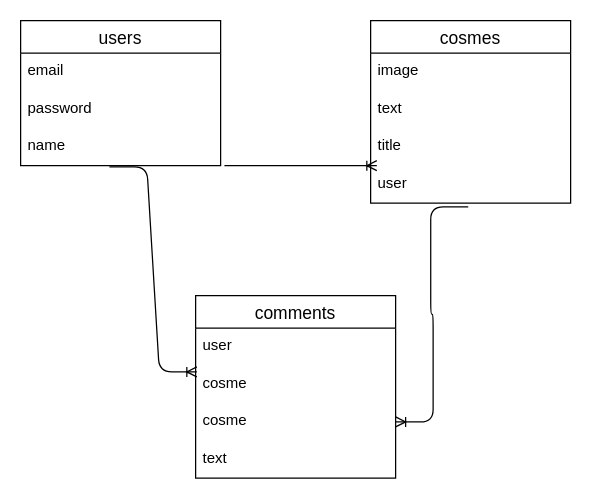
nana-ikegami/cosmelog2021 keeps this draw.io diagram as cosme.dio. Above is the earlier version. Source tidied: cells renumbered, new cells numbered last; positions are measured from the earlier drawing's top-left corner, leaving out a move shared by most shapes. Both pictures are drawn from the tidied source at 125%, with x=0, y=0 at pixel (20, 20).
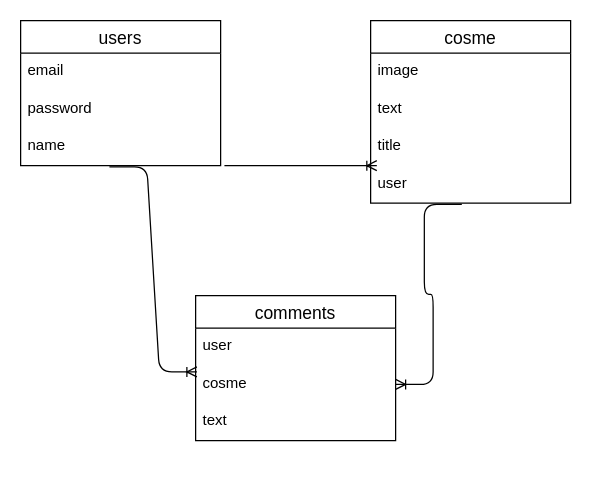
Above is the later version.

Commit message:
記述が消えていたので直しました

Change to the diagram source:
```diff
@@
 <mxGraphModel>
   <root>
     <mxCell id="0" />
     <mxCell id="1" parent="0" />
     <mxCell id="2" value="users" style="swimlane;fontStyle=0;horizontal=1;startSize=26;align=center;fontSize=14;" parent="1" vertex="1">
       <mxGeometry width="160" height="116" as="geometry" />
     </mxCell>
     <mxCell id="3" value="email" style="text;strokeColor=none;fillColor=none;spacingLeft=4;spacingRight=4;overflow=hidden;fontSize=12;" parent="2" vertex="1">
       <mxGeometry y="26" width="160" height="30" as="geometry" />
     </mxCell>
     <mxCell id="4" value="password" style="text;strokeColor=none;fillColor=none;spacingLeft=4;spacingRight=4;overflow=hidden;fontSize=12;" parent="2" vertex="1">
       <mxGeometry y="56" width="160" height="30" as="geometry" />
     </mxCell>
     <mxCell id="5" value="name" style="text;strokeColor=none;fillColor=none;spacingLeft=4;spacingRight=4;overflow=hidden;points=[[0,0.5],[1,0.5]];portConstraint=eastwest;fontSize=12;" parent="2" vertex="1">
       <mxGeometry y="86" width="160" height="30" as="geometry" />
     </mxCell>
-    <mxCell id="6" value="cosmes" style="swimlane;fontStyle=0;horizontal=1;startSize=26;align=center;fontSize=14;" parent="1" vertex="1">
+    <mxCell id="6" value="cosme" style="swimlane;fontStyle=0;horizontal=1;startSize=26;align=center;fontSize=14;" parent="1" vertex="1">
       <mxGeometry x="280" width="160" height="146" as="geometry" />
     </mxCell>
     <mxCell id="7" value="image" style="text;strokeColor=none;fillColor=none;spacingLeft=4;spacingRight=4;overflow=hidden;fontSize=12;" parent="6" vertex="1">
       <mxGeometry y="26" width="160" height="30" as="geometry" />
     </mxCell>
     <mxCell id="8" value="text" style="text;strokeColor=none;fillColor=none;spacingLeft=4;spacingRight=4;overflow=hidden;fontSize=12;" parent="6" vertex="1">
       <mxGeometry y="56" width="160" height="30" as="geometry" />
     </mxCell>
     <mxCell id="9" value="title" style="text;strokeColor=none;fillColor=none;spacingLeft=4;spacingRight=4;overflow=hidden;points=[[0,0.5],[1,0.5]];portConstraint=eastwest;fontSize=12;" parent="6" vertex="1">
       <mxGeometry y="86" width="160" height="30" as="geometry" />
     </mxCell>
     <mxCell id="10" value="user" style="text;strokeColor=none;fillColor=none;spacingLeft=4;spacingRight=4;overflow=hidden;points=[[0,0.5],[1,0.5]];portConstraint=eastwest;fontSize=12;" parent="6" vertex="1">
       <mxGeometry y="116" width="160" height="30" as="geometry" />
     </mxCell>
     <mxCell id="11" value="comments" style="swimlane;fontStyle=0;horizontal=1;startSize=26;align=center;fontSize=14;" parent="1" vertex="1">
-      <mxGeometry x="140" y="220" width="160" height="146" as="geometry" />
+      <mxGeometry x="140" y="220" width="160" height="116" as="geometry" />
     </mxCell>
     <mxCell id="12" value="user" style="text;strokeColor=none;fillColor=none;spacingLeft=4;spacingRight=4;overflow=hidden;fontSize=12;" parent="11" vertex="1">
       <mxGeometry y="26" width="160" height="30" as="geometry" />
     </mxCell>
-    <mxCell id="13" value="cosme" style="text;strokeColor=none;fillColor=none;spacingLeft=4;spacingRight=4;overflow=hidden;points=[[0,0.5],[1,0.5]];portConstraint=eastwest;fontSize=12;" parent="11" vertex="1">
-      <mxGeometry y="56" width="160" height="30" as="geometry" />
-    </mxCell>
     <mxCell id="14" value="cosme" style="text;strokeColor=none;fillColor=none;spacingLeft=4;spacingRight=4;overflow=hidden;points=[[0,0.5],[1,0.5]];portConstraint=eastwest;fontSize=12;" parent="11" vertex="1">
-      <mxGeometry y="86" width="160" height="30" as="geometry" />
+      <mxGeometry y="56" width="160" height="30" as="geometry" />
     </mxCell>
     <mxCell id="15" value="text" style="text;strokeColor=none;fillColor=none;spacingLeft=4;spacingRight=4;overflow=hidden;fontSize=12;" parent="11" vertex="1">
-      <mxGeometry y="116" width="160" height="30" as="geometry" />
+      <mxGeometry y="86" width="160" height="30" as="geometry" />
     </mxCell>
     <mxCell id="16" style="edgeStyle=entityRelationEdgeStyle;fontSize=12;html=1;endArrow=ERoneToMany;entryX=0.031;entryY=1;entryDx=0;entryDy=0;entryPerimeter=0;exitX=1.019;exitY=1;exitDx=0;exitDy=0;exitPerimeter=0;" parent="1" edge="1" source="5" target="9">
       <mxGeometry relative="1" as="geometry" />
     </mxCell>
-    <mxCell id="17" style="edgeStyle=entityRelationEdgeStyle;fontSize=12;html=1;endArrow=ERoneToMany;exitX=0.444;exitY=1.033;exitDx=0;exitDy=0;exitPerimeter=0;entryX=0.006;entryY=0.167;entryDx=0;entryDy=0;entryPerimeter=0;" parent="1" edge="1" source="5" target="13">
-      <mxGeometry relative="1" as="geometry" />
+    <mxCell id="17" style="edgeStyle=entityRelationEdgeStyle;fontSize=12;html=1;endArrow=ERoneToMany;exitX=0.444;exitY=1.033;exitDx=0;exitDy=0;exitPerimeter=0;entryX=0.006;entryY=0.167;entryDx=0;entryDy=0;entryPerimeter=0;" parent="1" edge="1" source="5">
+      <mxGeometry relative="1" as="geometry">
+        <mxPoint x="141" y="281" as="targetPoint" />
+      </mxGeometry>
     </mxCell>
-    <mxCell id="18" style="edgeStyle=entityRelationEdgeStyle;fontSize=12;html=1;endArrow=ERoneToMany;exitX=0.488;exitY=1.1;exitDx=0;exitDy=0;exitPerimeter=0;" parent="1" edge="1" source="10" target="14">
+    <mxCell id="18" style="edgeStyle=entityRelationEdgeStyle;fontSize=12;html=1;endArrow=ERoneToMany;exitX=0.456;exitY=1.033;exitDx=0;exitDy=0;exitPerimeter=0;" parent="1" edge="1" source="10" target="14">
       <mxGeometry relative="1" as="geometry" />
     </mxCell>
   </root>
 </mxGraphModel>
```
